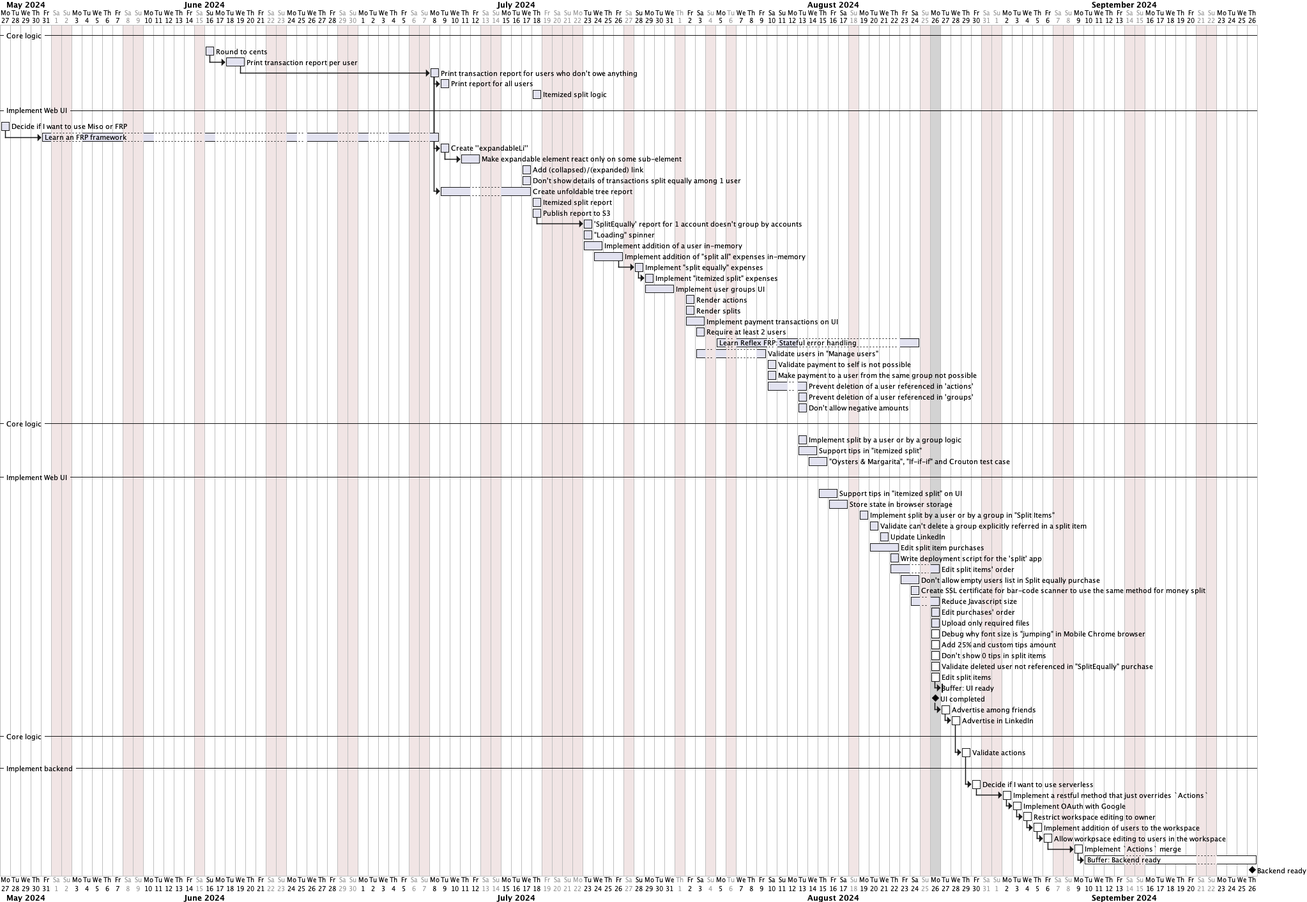
tellary/split keeps this PlantUML diagram as plan.png. Above is the earlier version. The source it was exported from:
```plantuml
@startgantt

Project starts 2024-05-27
saturday are closed
sunday are closed

today is 2024-08-26
today is colored in lightgrey

-- Core logic --

[Round to cents] requires 1 day and starts at 2024-06-16
then [Print transaction report per user] starts at 2024-06-16 and requires 2 days.
2024-06-16 is open
then [Print transaction report for users who don't owe anything] starts at 2024-07-08
then [Print report for all users] requires 1 day
[Itemized split logic] starts at 2024-07-18 and is 100% completed

-- Implement Web UI --

[Decide if I want to use Miso or FRP] starts 2024-05-27
then [Learn an FRP framework] starts 2024-05-31 and ends 2024-07-08
[Learn an FRP framework] pauses on 2024-06-03
[Learn an FRP framework] pauses on 2024-06-11
[Learn an FRP framework] pauses on 2024-06-12
[Learn an FRP framework] pauses on 2024-06-13
[Learn an FRP framework] pauses on 2024-06-14
[Learn an FRP framework] pauses on 2024-06-17
[Learn an FRP framework] pauses on 2024-06-18
[Learn an FRP framework] pauses on 2024-06-19
[Learn an FRP framework] pauses on 2024-06-20
[Learn an FRP framework] pauses on 2024-06-21
[Learn an FRP framework] pauses on 2024-06-25
[Learn an FRP framework] pauses on 2024-07-02
[Learn an FRP framework] pauses on 2024-07-03
then [Print report for all users] is 100% completed
[Create ''expandableLi''] starts at [Print transaction report for users who don't owe anything]'s end
then [Make expandable element react only on some sub-element] requires 2 days and starts on 2024-07-11
[Add (collapsed)/(expanded) link] is 100% completed and starts at 2024-07-17
[Don't show details of transactions split equally among 1 user] starts at 2024-07-17 and is 100% completed
[Create unfoldable tree report] is 100% completed and starts on 2024-07-09
[Create unfoldable tree report] starts at [Print transaction report for users who don't owe anything]'s end and ends on 2024-07-17 and pauses on 2024-07-12
[Itemized split report] starts on 2024-07-18
[Itemized split report] is 100% completed
[Publish report to S3] is 100% completed and starts on 2024-07-18
2024-07-19 is closed
2024-07-22 is closed
then ['SplitEqually' report for 1 account doesn't group by accounts] is 100% completed and starts on 2024-07-23
["Loading" spinner] is 100% completed and starts on 2024-07-23
[Implement addition of a user in-memory] is 100% completed and starts on 2024-07-23 and requires 2 days
[Implement addition of "split all" expenses in-memory] is 100% completed and starts on 2024-07-24 and requires 3 days
then [Implement "split equally" expenses] is 100% completed
2024-07-28 is open
then [Implement "itemized split" expenses] is 100% completed and requires 1 day
[Implement user groups UI] is 100% completed and starts on 2024-07-29 and ends on 2024-07-31
2024-08-01 is closed
[Render actions] is 100% completed and starts on 2024-08-02
[Render splits] is 100% completed and starts on 2024-08-02
[Implement payment transactions on UI] is 100% completed and starts on 2024-08-02 and requires 2 days
2024-08-03 is open
[Require at least 2 users] is 100% completed and starts on 2024-08-03
[Learn Reflex FRP: Stateful error handling] starts on 2024-08-05 and ends on 2024-08-24 and is 100% completed
2024-08-06 is closed
[Learn Reflex FRP: Stateful error handling] pauses on 2024-08-10
[Learn Reflex FRP: Stateful error handling] pauses from 2024-08-13 to 2024-08-22
[Validate users in "Manage users"] is 100% completed and starts on 2024-08-03 and ends on 2024-08-09
[Validate users in "Manage users"] pauses on 2024-08-07
[Validate users in "Manage users"] pauses on 2024-08-08
2024-08-10 is open
2024-08-11 is open
[Validate payment to self is not possible] is 100% completed and starts on 2024-08-10
[Make payment to a user from the same group not possible] is 100% completed and starts on 2024-08-10
[Prevent deletion of a user referenced in 'actions'] is 100% completed and starts on 2024-08-10 and ends on 2024-08-13
[Prevent deletion of a user referenced in 'actions'] pauses on 2024-08-12
[Prevent deletion of a user referenced in 'groups'] is 100% completed and starts on 2024-08-13
[Don't allow negative amounts] is 100% completed and starts on 2024-08-13

-- Core logic --

[Implement split by a user or by a group logic] is 100% completed and starts on 2024-08-13
[Support tips in "itemized split"] is 100% completed and starts on 2024-08-13 and ends on 2024-08-14
["Oysters & Margarita", "If-if-if" and Crouton test case] is 100% completed and starts on 2024-08-14 and ends on 2024-08-15

-- Implement Web UI --

[Support tips in "itemized split" on UI] is 100% completed and starts on 2024-08-15 and ends on 2024-08-16
[Store state in browser storage] is 100% completed and requires 2 days and starts on 2024-08-16
[Implement split by a user or by a group in "Split Items"] is 100% completed and starts on 2024-08-19
[Validate can't delete a group explicitly referred in a split item] is 100% completed and starts on 2024-08-20
[Update LinkedIn] is 100% completed and starts on 2024-08-21
[Edit split item purchases] is 100% completed and starts on 2024-08-20 and ends on 2024-08-22
[Write deployment script for the 'split' app] is 100% completed and starts on 2024-08-22
[Edit split items' order] is 100% completed and starts on 2024-08-22 and ends on 2024-08-26
[Edit split items' order] pauses on 2024-08-24
[Don't allow empty users list in Split equally purchase] is 100% completed and starts on 2024-08-23 and ends on 2024-08-24
[Create SSL certificate for bar-code scanner to use the same method for money split] is 100% completed and starts on 2024-08-24
[Reduce Javascript size] is 100% completed and starts on 2024-08-24 and ends on 2024-08-26
[Edit purchases' order] is 100% completed and starts on 2024-08-26
[Upload only required files] is 100% completed and starts on 2024-08-26
[Debug why font size is "jumping" in Mobile Chrome browser] is 0% completed and starts on 2024-08-26
[Add 25% and custom tips amount] is 0% completed and starts on 2024-08-26
[Don't show 0 tips in split items] is 0% completed and starts on 2024-08-26
[Validate deleted user not referenced in "SplitEqually" purchase] is 0% completed and starts on 2024-08-26
[Edit split items] is 0% completed and starts on 2024-08-26
2024-08-17 is open
2024-08-24 is open
then [Buffer: UI ready] ends on 2024-08-26 and is 0% completed
[UI completed] happens on 2024-08-26
then [Advertise among friends] is 0% completed
then [Advertise in LinkedIn] is 0% completed

-- Core logic --

[Validate actions] is 0% completed and starts at [Advertise in LinkedIn]'s end

-- Implement backend --

[Decide if I want to use serverless] starts at [Validate actions]'s end and is 0% completed
[Implement a restful method that just overrides `Actions`] starts at [Decide if I want to use serverless]'s end and is 0% completed
[Implement OAuth with Google] starts at [Implement a restful method that just overrides `Actions`]'s end and is 0% completed
[Restrict workspace editing to owner] starts at [Implement OAuth with Google]'s end and is 0% completed
[Implement addition of users to the workspace] starts at [Restrict workspace editing to owner]'s end and is 0% completed
[Allow workpsace editing to users in the workspace] starts at [Implement addition of users to the workspace]'s end and is 0% completed
[Implement `Actions` merge] starts at [Allow workpsace editing to users in the workspace]'s end and is 0% completed
then [Buffer: Backend ready] is 0% completed and ends on 2024-09-26
[Backend ready] happens on 2024-09-26

@endgantt
```
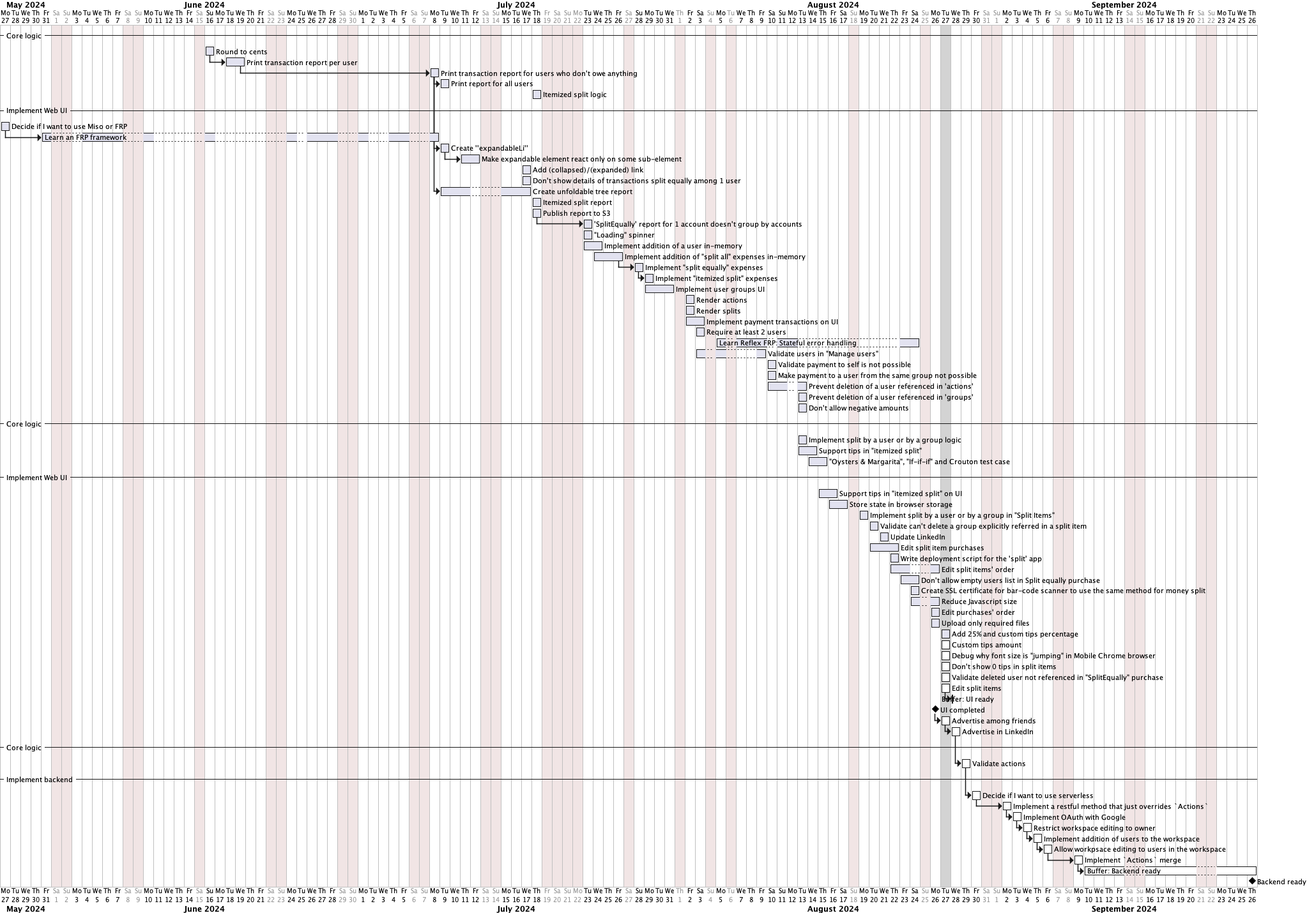
After the change.

Commit message:
Add 25% and custom tips percentage

The edit, as a diff of the source:
```diff
@@ -4,7 +4,7 @@
 saturday are closed
 sunday are closed
 
-today is 2024-08-26
+today is 2024-08-27
 today is colored in lightgrey
 
 -- Core logic --
@@ -97,11 +97,12 @@
 [Reduce Javascript size] is 100% completed and starts on 2024-08-24 and ends on 2024-08-26
 [Edit purchases' order] is 100% completed and starts on 2024-08-26
 [Upload only required files] is 100% completed and starts on 2024-08-26
-[Debug why font size is "jumping" in Mobile Chrome browser] is 0% completed and starts on 2024-08-26
-[Add 25% and custom tips amount] is 0% completed and starts on 2024-08-26
-[Don't show 0 tips in split items] is 0% completed and starts on 2024-08-26
-[Validate deleted user not referenced in "SplitEqually" purchase] is 0% completed and starts on 2024-08-26
-[Edit split items] is 0% completed and starts on 2024-08-26
+[Add 25% and custom tips percentage] is 100% completed and starts on 2024-08-27
+[Custom tips amount] is 0% completed and starts on 2024-08-27
+[Debug why font size is "jumping" in Mobile Chrome browser] is 0% completed and starts on 2024-08-27
+[Don't show 0 tips in split items] is 0% completed and starts on 2024-08-27
+[Validate deleted user not referenced in "SplitEqually" purchase] is 0% completed and starts on 2024-08-27
+[Edit split items] is 0% completed and starts on 2024-08-27
 2024-08-17 is open
 2024-08-24 is open
 then [Buffer: UI ready] ends on 2024-08-26 and is 0% completed
```
